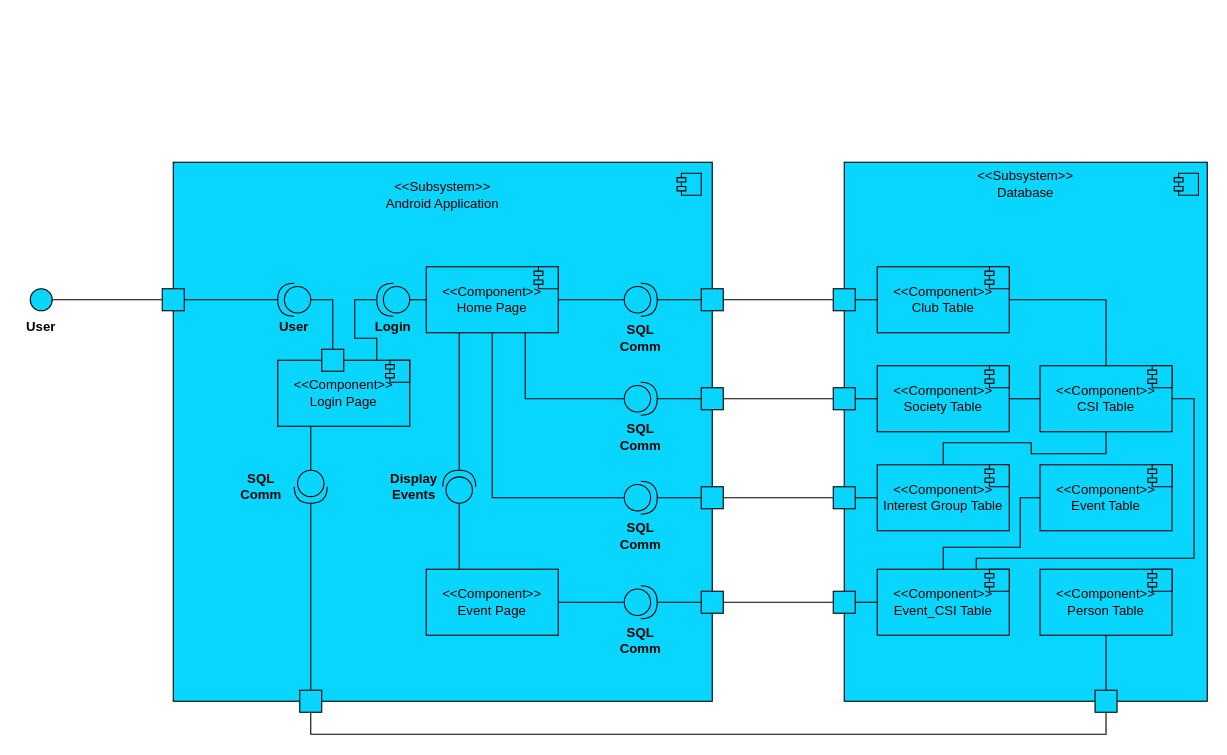
Above: Diagrams/Component_Diagram.drawio in Makizoro/Overclock (draw.io), before the change. Source tidied: cells renumbered, new cells numbered last; positions are measured from the earlier drawing's top-left corner, leaving out a move shared by most shapes. Both pictures are drawn from the tidied source at 110%, with x=0, y=0 at pixel (19, 162).
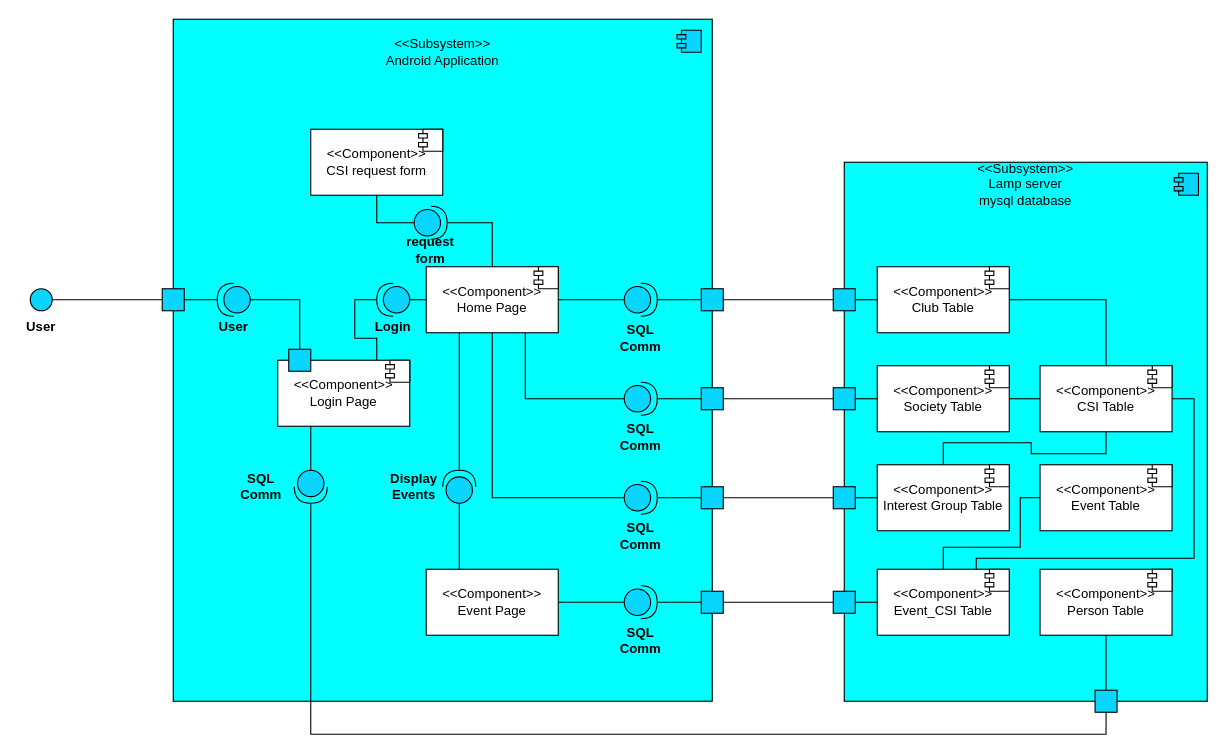
After the change.

Unchanged cells that the change refers to:
```xml
<mxCell id="78" style="shape=providedRequiredInterface;html=1;verticalLabelPosition=bottom;fillColor=#08D6FF;rotation=90;" parent="1" vertex="1">
  <mxGeometry x="250" y="280" width="30" height="30" as="geometry" />
</mxCell>
<mxCell id="83" style="whiteSpace=wrap;html=1;fillColor=#08D6FF;" parent="1" vertex="1">
  <mxGeometry x="978" y="480" width="20" height="20" as="geometry" />
</mxCell>
```

Diff of the diagram source:
```diff
@@
-    <mxCell id="2" style="whiteSpace=wrap;html=1;fillColor=#08D6FF;" parent="1" vertex="1">
-      <mxGeometry x="140" width="490" height="490" as="geometry" />
+    <mxCell id="2" style="whiteSpace=wrap;html=1;fillColor=#00FFFF;" parent="1" vertex="1">
+      <mxGeometry x="140" y="-130" width="490" height="620" as="geometry" />
     </mxCell>
@@
-    <mxCell id="5" value="&amp;lt;&amp;lt;Component&amp;gt;&amp;gt;&lt;br&gt;Login Page" style="rounded=0;whiteSpace=wrap;html=1;fillColor=#08D6FF;" parent="1" vertex="1">
+    <mxCell id="5" value="&amp;lt;&amp;lt;Component&amp;gt;&amp;gt;&lt;br&gt;Login Page" style="rounded=0;whiteSpace=wrap;html=1;fillColor=#FFFFFF;" parent="1" vertex="1">
       <mxGeometry x="235" y="180" width="120" height="60" as="geometry" />
     </mxCell>
-    <mxCell id="6" style="rounded=0;whiteSpace=wrap;html=1;fillColor=#08D6FF;" parent="1" vertex="1">
+    <mxCell id="6" style="rounded=0;whiteSpace=wrap;html=1;fillColor=#00FFFF;" parent="1" vertex="1">
       <mxGeometry x="750" width="330" height="490" as="geometry" />
     </mxCell>
@@
     <mxCell id="10" style="shape=providedRequiredInterface;html=1;verticalLabelPosition=bottom;fillColor=#08D6FF;rotation=-180;" parent="1" vertex="1">
-      <mxGeometry x="235" y="110" width="30" height="30" as="geometry" />
+      <mxGeometry x="180" y="110" width="30" height="30" as="geometry" />
     </mxCell>
     <mxCell id="11" value="&amp;lt;&amp;lt;Subsystem&amp;gt;&amp;gt;&lt;br&gt;Android Application" style="text;html=1;strokeColor=none;fillColor=none;align=center;verticalAlign=middle;whiteSpace=wrap;rounded=0;" parent="1" vertex="1">
-      <mxGeometry x="308" y="20" width="154" height="20" as="geometry" />
+      <mxGeometry x="308" y="-110" width="154" height="20" as="geometry" />
     </mxCell>
     <mxCell id="12" style="shape=module;align=left;spacingLeft=20;align=center;verticalAlign=top;jettyWidth=8;jettyHeight=4;fillColor=#08D6FF;" parent="1" vertex="1">
-      <mxGeometry x="598" y="10" width="22" height="20" as="geometry" />
+      <mxGeometry x="598" y="-120" width="22" height="20" as="geometry" />
     </mxCell>
@@
     <mxCell id="16" value="User" style="text;html=1;strokeColor=none;fillColor=none;align=center;verticalAlign=middle;whiteSpace=wrap;rounded=0;fontStyle=1;" parent="1" vertex="1">
-      <mxGeometry x="230" y="140" width="40" height="20" as="geometry" />
+      <mxGeometry x="175" y="140" width="40" height="20" as="geometry" />
     </mxCell>
@@
-    <mxCell id="21" value="&amp;lt;&amp;lt;Component&amp;gt;&amp;gt;&lt;br&gt;Home Page" style="rounded=0;whiteSpace=wrap;html=1;fillColor=#08D6FF;" parent="1" vertex="1">
+    <mxCell id="21" value="&amp;lt;&amp;lt;Component&amp;gt;&amp;gt;&lt;br&gt;Home Page" style="rounded=0;whiteSpace=wrap;html=1;fillColor=#FFFFFF;" parent="1" vertex="1">
       <mxGeometry x="370" y="95" width="120" height="60" as="geometry" />
     </mxCell>
     <mxCell id="22" style="whiteSpace=wrap;html=1;fillColor=#08D6FF;" parent="1" vertex="1">
-      <mxGeometry x="275" y="170" width="20" height="20" as="geometry" />
+      <mxGeometry x="245" y="170" width="20" height="20" as="geometry" />
     </mxCell>
@@
-    <mxCell id="24" value="&amp;lt;&amp;lt;Component&amp;gt;&amp;gt;&lt;br&gt;Club Table" style="rounded=0;whiteSpace=wrap;html=1;fillColor=#08D6FF;" parent="1" vertex="1">
+    <mxCell id="24" value="&amp;lt;&amp;lt;Component&amp;gt;&amp;gt;&lt;br&gt;Club Table" style="rounded=0;whiteSpace=wrap;html=1;fillColor=#FFFFFF;" parent="1" vertex="1">
       <mxGeometry x="780" y="95" width="120" height="60" as="geometry" />
     </mxCell>
@@
-    <mxCell id="26" value="&amp;lt;&amp;lt;Component&amp;gt;&amp;gt;&lt;br&gt;Society Table" style="rounded=0;whiteSpace=wrap;html=1;fillColor=#08D6FF;" parent="1" vertex="1">
+    <mxCell id="26" value="&amp;lt;&amp;lt;Component&amp;gt;&amp;gt;&lt;br&gt;Society Table" style="rounded=0;whiteSpace=wrap;html=1;fillColor=#FFFFFF;" parent="1" vertex="1">
       <mxGeometry x="780" y="185" width="120" height="60" as="geometry" />
     </mxCell>
@@
-    <mxCell id="28" value="&amp;lt;&amp;lt;Component&amp;gt;&amp;gt;&lt;br&gt;Interest Group Table" style="rounded=0;whiteSpace=wrap;html=1;fillColor=#08D6FF;" parent="1" vertex="1">
+    <mxCell id="28" value="&amp;lt;&amp;lt;Component&amp;gt;&amp;gt;&lt;br&gt;Interest Group Table" style="rounded=0;whiteSpace=wrap;html=1;fillColor=#FFFFFF;" parent="1" vertex="1">
       <mxGeometry x="780" y="275" width="120" height="60" as="geometry" />
     </mxCell>
@@
-    <mxCell id="44" style="shape=module;align=left;spacingLeft=20;align=center;verticalAlign=top;jettyWidth=8;jettyHeight=4;fillColor=#08D6FF;" parent="1" vertex="1">
+    <mxCell id="44" style="shape=module;align=left;spacingLeft=20;align=center;verticalAlign=top;jettyWidth=8;jettyHeight=4;fillColor=#FFFFFF;" parent="1" vertex="1">
       <mxGeometry x="468" y="95" width="22" height="20" as="geometry" />
     </mxCell>
-    <mxCell id="45" style="shape=module;align=left;spacingLeft=20;align=center;verticalAlign=top;jettyWidth=8;jettyHeight=4;fillColor=#08D6FF;" parent="1" vertex="1">
+    <mxCell id="45" style="shape=module;align=left;spacingLeft=20;align=center;verticalAlign=top;jettyWidth=8;jettyHeight=4;fillColor=#FFFFFF;" parent="1" vertex="1">
       <mxGeometry x="878" y="95" width="22" height="20" as="geometry" />
     </mxCell>
-    <mxCell id="46" style="shape=module;align=left;spacingLeft=20;align=center;verticalAlign=top;jettyWidth=8;jettyHeight=4;fillColor=#08D6FF;" parent="1" vertex="1">
+    <mxCell id="46" style="shape=module;align=left;spacingLeft=20;align=center;verticalAlign=top;jettyWidth=8;jettyHeight=4;fillColor=#FFFFFF;" parent="1" vertex="1">
       <mxGeometry x="878" y="185" width="22" height="20" as="geometry" />
     </mxCell>
-    <mxCell id="47" style="shape=module;align=left;spacingLeft=20;align=center;verticalAlign=top;jettyWidth=8;jettyHeight=4;fillColor=#08D6FF;" parent="1" vertex="1">
+    <mxCell id="47" style="shape=module;align=left;spacingLeft=20;align=center;verticalAlign=top;jettyWidth=8;jettyHeight=4;fillColor=#FFFFFF;" parent="1" vertex="1">
       <mxGeometry x="878" y="275" width="22" height="20" as="geometry" />
     </mxCell>
-    <mxCell id="48" value="&amp;lt;&amp;lt;Subsystem&amp;gt;&amp;gt;&lt;br&gt;Database" style="text;html=1;strokeColor=none;fillColor=none;align=center;verticalAlign=middle;whiteSpace=wrap;rounded=0;" parent="1" vertex="1">
+    <mxCell id="48" value="&amp;lt;&amp;lt;Subsystem&amp;gt;&amp;gt;&lt;br&gt;Lamp server mysql database" style="text;html=1;strokeColor=none;fillColor=none;align=center;verticalAlign=middle;whiteSpace=wrap;rounded=0;" parent="1" vertex="1">
       <mxGeometry x="895" y="10" width="40" height="20" as="geometry" />
     </mxCell>
@@
-    <mxCell id="57" value="&amp;lt;&amp;lt;Component&amp;gt;&amp;gt;&lt;br&gt;Event Page" style="rounded=0;whiteSpace=wrap;html=1;fillColor=#08D6FF;" parent="1" vertex="1">
+    <mxCell id="57" value="&amp;lt;&amp;lt;Component&amp;gt;&amp;gt;&lt;br&gt;Event Page" style="rounded=0;whiteSpace=wrap;html=1;fillColor=#FFFFFF;" parent="1" vertex="1">
       <mxGeometry x="370" y="370" width="120" height="60" as="geometry" />
     </mxCell>
@@
-    <mxCell id="69" value="&amp;lt;&amp;lt;Component&amp;gt;&amp;gt;&lt;br&gt;Event_CSI Table" style="rounded=0;whiteSpace=wrap;html=1;fillColor=#08D6FF;" parent="1" vertex="1">
+    <mxCell id="69" value="&amp;lt;&amp;lt;Component&amp;gt;&amp;gt;&lt;br&gt;Event_CSI Table" style="rounded=0;whiteSpace=wrap;html=1;fillColor=#FFFFFF;" parent="1" vertex="1">
       <mxGeometry x="780" y="370" width="120" height="60" as="geometry" />
     </mxCell>
-    <mxCell id="70" style="shape=module;align=left;spacingLeft=20;align=center;verticalAlign=top;jettyWidth=8;jettyHeight=4;fillColor=#08D6FF;" parent="1" vertex="1">
+    <mxCell id="70" style="shape=module;align=left;spacingLeft=20;align=center;verticalAlign=top;jettyWidth=8;jettyHeight=4;fillColor=#FFFFFF;" parent="1" vertex="1">
       <mxGeometry x="878" y="370" width="22" height="20" as="geometry" />
     </mxCell>
-    <mxCell id="71" style="shape=module;align=left;spacingLeft=20;align=center;verticalAlign=top;jettyWidth=8;jettyHeight=4;fillColor=#08D6FF;" parent="1" vertex="1">
+    <mxCell id="71" style="shape=module;align=left;spacingLeft=20;align=center;verticalAlign=top;jettyWidth=8;jettyHeight=4;fillColor=#FFFFFF;" parent="1" vertex="1">
       <mxGeometry x="333" y="180" width="22" height="20" as="geometry" />
     </mxCell>
@@
-    <mxCell id="75" value="&amp;lt;&amp;lt;Component&amp;gt;&amp;gt;&lt;br&gt;Person Table" style="rounded=0;whiteSpace=wrap;html=1;fillColor=#08D6FF;" parent="1" vertex="1">
+    <mxCell id="75" value="&amp;lt;&amp;lt;Component&amp;gt;&amp;gt;&lt;br&gt;Person Table" style="rounded=0;whiteSpace=wrap;html=1;fillColor=#FFFFFF;" parent="1" vertex="1">
       <mxGeometry x="928" y="370" width="120" height="60" as="geometry" />
     </mxCell>
-    <mxCell id="76" style="shape=module;align=left;spacingLeft=20;align=center;verticalAlign=top;jettyWidth=8;jettyHeight=4;fillColor=#08D6FF;" parent="1" vertex="1">
+    <mxCell id="76" style="shape=module;align=left;spacingLeft=20;align=center;verticalAlign=top;jettyWidth=8;jettyHeight=4;fillColor=#FFFFFF;" parent="1" vertex="1">
       <mxGeometry x="1026" y="370" width="22" height="20" as="geometry" />
     </mxCell>
-    <mxCell id="77" style="edgeStyle=orthogonalEdgeStyle;rounded=0;jettySize=auto;html=1;exitX=1;exitY=0.5;exitDx=0;exitDy=0;exitPerimeter=0;entryX=0.5;entryY=0;entryDx=0;entryDy=0;endArrow=none;endFill=0;strokeWidth=1;" parent="1" edge="1" source="78" target="81">
+    <mxCell id="77" style="edgeStyle=orthogonalEdgeStyle;rounded=0;jettySize=auto;html=1;exitX=1;exitY=0.5;exitDx=0;exitDy=0;exitPerimeter=0;entryX=0.5;entryY=1;entryDx=0;entryDy=0;endArrow=none;endFill=0;strokeWidth=1;" parent="1" edge="1" source="78" target="83">
       <mxGeometry relative="1" as="geometry" />
     </mxCell>
@@
-    <mxCell id="80" style="edgeStyle=orthogonalEdgeStyle;rounded=0;jettySize=auto;html=1;exitX=0.5;exitY=1;exitDx=0;exitDy=0;entryX=0.5;entryY=1;entryDx=0;entryDy=0;endArrow=none;endFill=0;strokeWidth=1;" parent="1" edge="1" source="81" target="83">
-      <mxGeometry relative="1" as="geometry" />
-    </mxCell>
-    <mxCell id="81" style="whiteSpace=wrap;html=1;fillColor=#08D6FF;" parent="1" vertex="1">
-      <mxGeometry x="255" y="480" width="20" height="20" as="geometry" />
-    </mxCell>
@@
-    <mxCell id="84" value="&amp;lt;&amp;lt;Component&amp;gt;&amp;gt;&lt;br&gt;Event Table" style="rounded=0;whiteSpace=wrap;html=1;fillColor=#08D6FF;" parent="1" vertex="1">
+    <mxCell id="84" value="&amp;lt;&amp;lt;Component&amp;gt;&amp;gt;&lt;br&gt;Event Table" style="rounded=0;whiteSpace=wrap;html=1;fillColor=#FFFFFF;" parent="1" vertex="1">
       <mxGeometry x="928" y="275" width="120" height="60" as="geometry" />
     </mxCell>
-    <mxCell id="85" style="shape=module;align=left;spacingLeft=20;align=center;verticalAlign=top;jettyWidth=8;jettyHeight=4;fillColor=#08D6FF;" parent="1" vertex="1">
+    <mxCell id="85" style="shape=module;align=left;spacingLeft=20;align=center;verticalAlign=top;jettyWidth=8;jettyHeight=4;fillColor=#FFFFFF;" parent="1" vertex="1">
       <mxGeometry x="1026" y="275" width="22" height="20" as="geometry" />
     </mxCell>
@@
-    <mxCell id="87" value="&amp;lt;&amp;lt;Component&amp;gt;&amp;gt;&lt;br&gt;CSI Table" style="rounded=0;whiteSpace=wrap;html=1;fillColor=#08D6FF;" parent="1" vertex="1">
+    <mxCell id="87" value="&amp;lt;&amp;lt;Component&amp;gt;&amp;gt;&lt;br&gt;CSI Table" style="rounded=0;whiteSpace=wrap;html=1;fillColor=#FFFFFF;" parent="1" vertex="1">
       <mxGeometry x="928" y="185" width="120" height="60" as="geometry" />
     </mxCell>
-    <mxCell id="88" style="shape=module;align=left;spacingLeft=20;align=center;verticalAlign=top;jettyWidth=8;jettyHeight=4;fillColor=#08D6FF;" parent="1" vertex="1">
+    <mxCell id="88" style="shape=module;align=left;spacingLeft=20;align=center;verticalAlign=top;jettyWidth=8;jettyHeight=4;fillColor=#FFFFFF;" parent="1" vertex="1">
       <mxGeometry x="1026" y="185" width="22" height="20" as="geometry" />
     </mxCell>
+    <mxCell id="89" value="&amp;lt;&amp;lt;Component&amp;gt;&amp;gt;&lt;br&gt;CSI request form" style="rounded=0;whiteSpace=wrap;html=1;fillColor=#FFFFFF;" parent="1" vertex="1">
+      <mxGeometry x="265" y="-30" width="120" height="60" as="geometry" />
+    </mxCell>
+    <mxCell id="90" style="shape=module;align=left;spacingLeft=20;align=center;verticalAlign=top;jettyWidth=8;jettyHeight=4;fillColor=#FFFFFF;" parent="1" vertex="1">
+      <mxGeometry x="363" y="-30" width="22" height="20" as="geometry" />
+    </mxCell>
+    <mxCell id="91" style="edgeStyle=orthogonalEdgeStyle;rounded=0;jettySize=auto;html=1;exitX=1;exitY=0.5;exitDx=0;exitDy=0;exitPerimeter=0;entryX=0.5;entryY=0;entryDx=0;entryDy=0;endArrow=none;endFill=0;" parent="1" edge="1" source="93" target="21">
+      <mxGeometry relative="1" as="geometry" />
+    </mxCell>
+    <mxCell id="92" style="edgeStyle=orthogonalEdgeStyle;rounded=0;jettySize=auto;html=1;exitX=0;exitY=0.5;exitDx=0;exitDy=0;exitPerimeter=0;entryX=0.5;entryY=1;entryDx=0;entryDy=0;endArrow=none;endFill=0;" parent="1" edge="1" source="93" target="89">
+      <mxGeometry relative="1" as="geometry" />
+    </mxCell>
+    <mxCell id="93" style="shape=providedRequiredInterface;html=1;verticalLabelPosition=bottom;fillColor=#08D6FF;" parent="1" vertex="1">
+      <mxGeometry x="359" y="40" width="30" height="30" as="geometry" />
+    </mxCell>
+    <mxCell id="94" value="request form" style="text;html=1;strokeColor=none;fillColor=none;align=center;verticalAlign=middle;whiteSpace=wrap;rounded=0;fontStyle=1;" parent="1" vertex="1">
+      <mxGeometry x="354" y="70" width="40" height="20" as="geometry" />
+    </mxCell>
```
